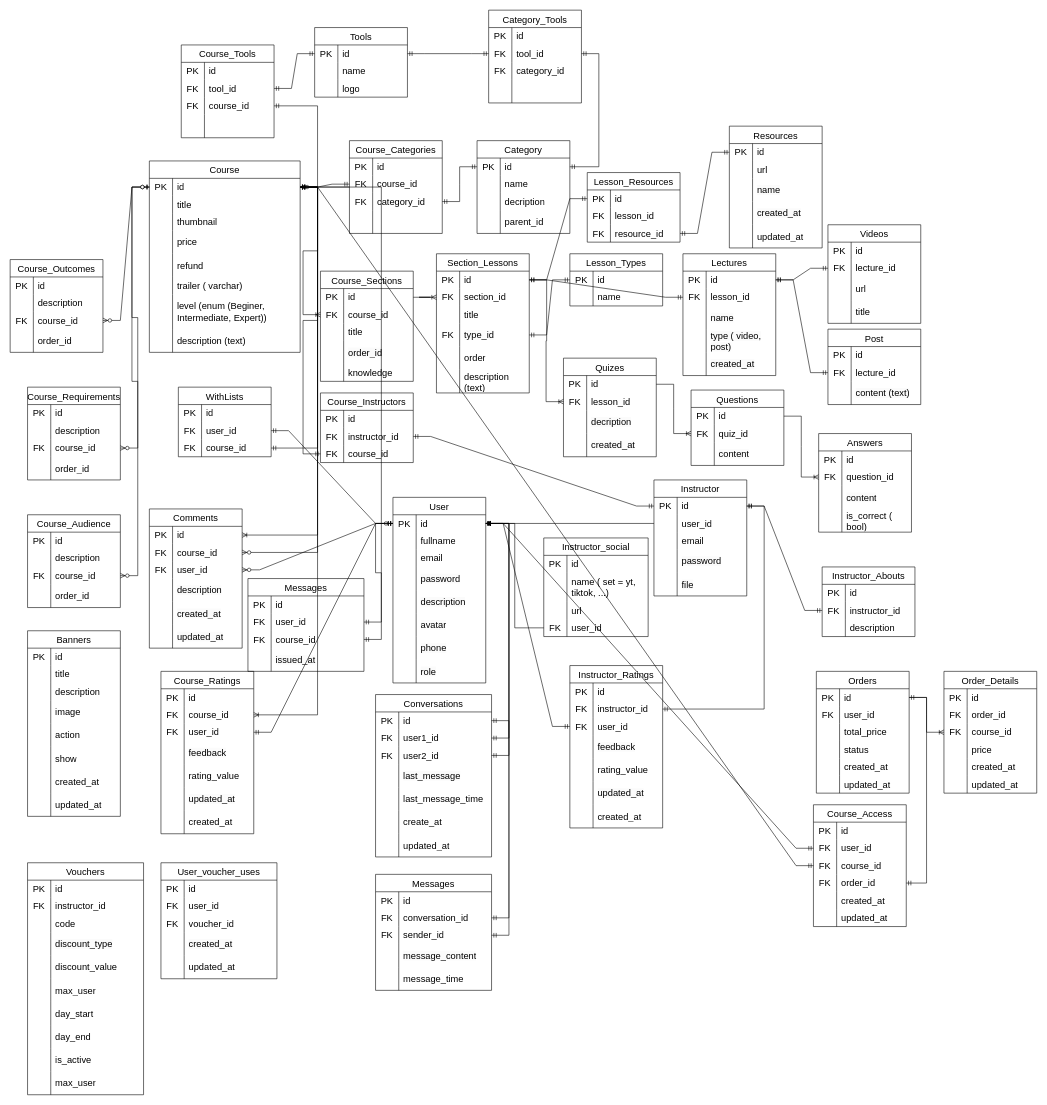
The draw.io diagram techstudent.drawio in phuc1903/techstudent, before the edit. Source tidied: cells renumbered, new cells numbered last; positions are measured from the earlier drawing's top-left corner, leaving out a move shared by most shapes. Both pictures are drawn from the tidied source at 58%, with x=0, y=0 at pixel (10, 10).
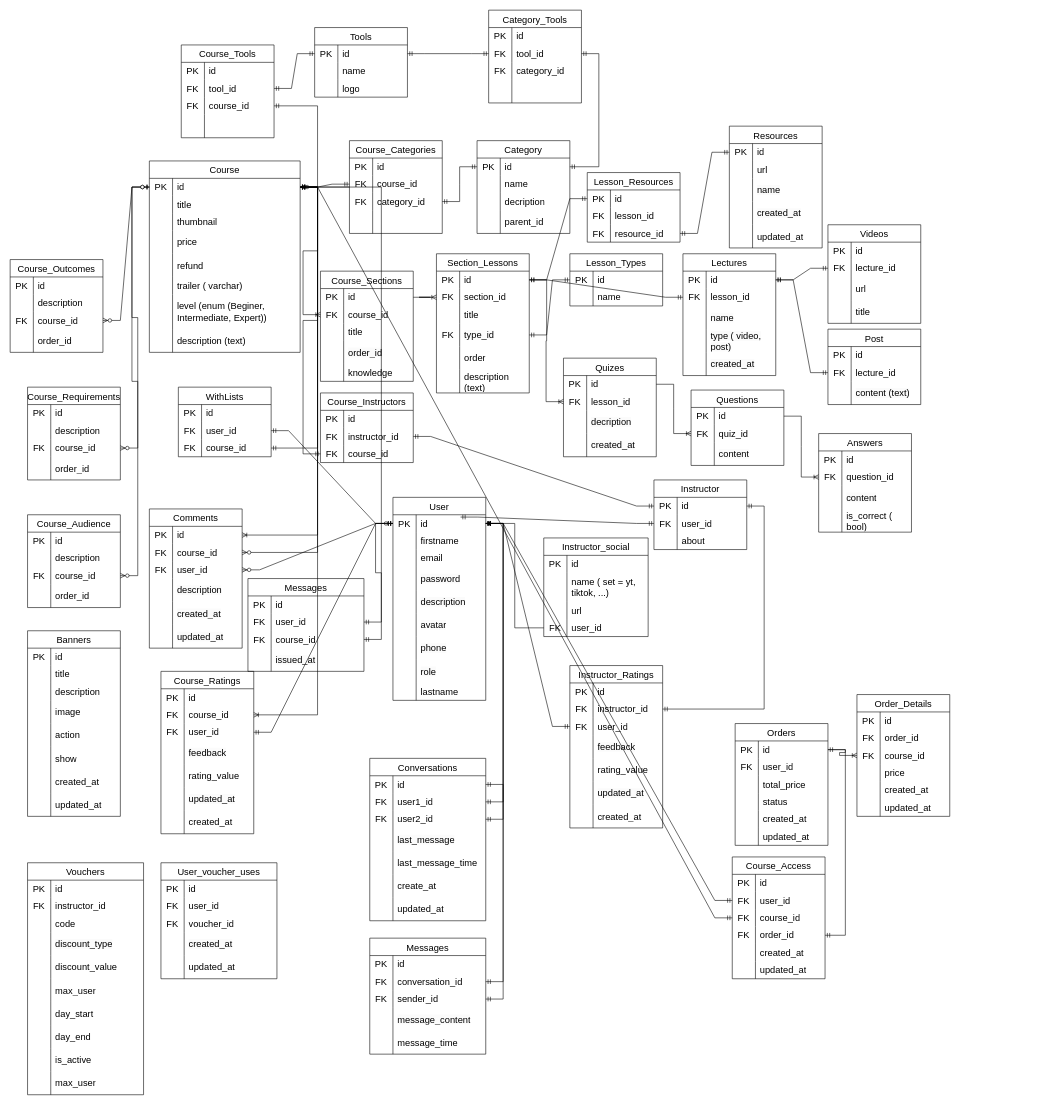
After the change.

Commit message (it also covers changes not shown here):
Cập nhật techstudent.drawio

The change refers to these unchanged cells:
```xml
<mxCell id="130" style="shape=tableRow;horizontal=0;startSize=0;swimlaneHead=0;swimlaneBody=0;top=0;left=0;bottom=0;right=0;fillColor=none;points=[[0,0.5],[1,0.5]];portConstraint=eastwest;strokeColor=inherit;fontSize=16;" parent="129" vertex="1">
  <mxGeometry y="30" width="160" height="30" as="geometry" />
</mxCell>
<mxCell id="133" style="shape=tableRow;horizontal=0;startSize=0;swimlaneHead=0;swimlaneBody=0;top=0;left=0;bottom=0;right=0;fillColor=none;strokeColor=inherit;fontSize=16;" parent="129" vertex="1">
  <mxGeometry y="60" width="160" height="30" as="geometry" />
</mxCell>
<mxCell id="174" style="shape=tableRow;horizontal=0;startSize=0;swimlaneHead=0;swimlaneBody=0;top=0;left=0;bottom=0;right=0;fillColor=none;points=[[0,0.5],[1,0.5]];portConstraint=eastwest;strokeColor=inherit;fontSize=16;" parent="173" vertex="1">
  <mxGeometry y="30" width="160" height="30" as="geometry" />
</mxCell>
<mxCell id="177" style="shape=tableRow;horizontal=0;startSize=0;swimlaneHead=0;swimlaneBody=0;top=0;left=0;bottom=0;right=0;fillColor=none;points=[[0,0.5],[1,0.5]];portConstraint=eastwest;strokeColor=inherit;fontSize=16;" parent="173" vertex="1">
  <mxGeometry y="60" width="160" height="30" as="geometry" />
</mxCell>
```

Diff of the diagram source:
```diff
@@
     <mxCell id="129" value="User" style="shape=table;startSize=30;childLayout=tableLayout;rowLines=0;fontStyle=0;strokeColor=default;fontSize=16;" parent="1" vertex="1">
-      <mxGeometry x="660" y="840" width="160" height="320" as="geometry" />
+      <mxGeometry x="660" y="840" width="160" height="350" as="geometry" />
     </mxCell>
@@
-    <mxCell id="135" value="fullname" style="shape=partialRectangle;html=1;whiteSpace=wrap;fillColor=none;top=0;left=0;bottom=0;right=0;align=left;spacingLeft=6;overflow=hidden;strokeColor=inherit;fontSize=16;" parent="133" vertex="1">
+    <mxCell id="135" value="firstname" style="shape=partialRectangle;html=1;whiteSpace=wrap;fillColor=none;top=0;left=0;bottom=0;right=0;align=left;spacingLeft=6;overflow=hidden;strokeColor=inherit;fontSize=16;" parent="133" vertex="1">
       <mxGeometry x="40" width="120" height="30" as="geometry" />
     </mxCell>
@@
+    <mxCell id="644" style="shape=tableRow;horizontal=0;startSize=0;swimlaneHead=0;swimlaneBody=0;top=0;left=0;bottom=0;right=0;fillColor=none;strokeColor=inherit;fontSize=16;" parent="129" vertex="1">
+      <mxGeometry y="320" width="160" height="30" as="geometry" />
+    </mxCell>
+    <mxCell id="645" style="shape=partialRectangle;html=1;whiteSpace=wrap;fillColor=none;top=0;left=0;bottom=0;right=0;overflow=hidden;strokeColor=inherit;fontSize=16;" parent="644" vertex="1">
+      <mxGeometry width="40" height="30" as="geometry" />
+    </mxCell>
+    <mxCell id="646" value="lastname" style="shape=partialRectangle;html=1;whiteSpace=wrap;fillColor=none;top=0;left=0;bottom=0;right=0;align=left;spacingLeft=6;overflow=hidden;strokeColor=inherit;fontSize=16;" parent="644" vertex="1">
+      <mxGeometry x="40" width="120" height="30" as="geometry" />
+    </mxCell>
@@
     <mxCell id="173" value="Instructor" style="shape=table;startSize=30;childLayout=tableLayout;rowLines=0;fontStyle=0;strokeColor=default;fontSize=16;" parent="1" vertex="1">
-      <mxGeometry x="1110" y="810" width="160" height="200" as="geometry" />
+      <mxGeometry x="1110" y="810" width="160" height="120" as="geometry" />
     </mxCell>
@@
-    <mxCell id="178" style="shape=partialRectangle;html=1;whiteSpace=wrap;fillColor=none;top=0;left=0;bottom=0;right=0;overflow=hidden;strokeColor=inherit;fontSize=16;" parent="177" vertex="1">
+    <mxCell id="178" value="FK" style="shape=partialRectangle;html=1;whiteSpace=wrap;fillColor=none;top=0;left=0;bottom=0;right=0;overflow=hidden;strokeColor=inherit;fontSize=16;" parent="177" vertex="1">
       <mxGeometry width="40" height="30" as="geometry" />
     </mxCell>
@@
-    <mxCell id="180" style="shape=tableRow;horizontal=0;startSize=0;swimlaneHead=0;swimlaneBody=0;top=0;left=0;bottom=0;right=0;fillColor=none;strokeColor=inherit;fontSize=16;" parent="173" vertex="1">
-      <mxGeometry y="90" width="160" height="30" as="geometry" />
-    </mxCell>
-    <mxCell id="181" style="shape=partialRectangle;html=1;whiteSpace=wrap;fillColor=none;top=0;left=0;bottom=0;right=0;overflow=hidden;strokeColor=inherit;fontSize=16;" parent="180" vertex="1">
-      <mxGeometry width="40" height="30" as="geometry" />
-    </mxCell>
-    <mxCell id="182" value="email" style="shape=partialRectangle;html=1;whiteSpace=wrap;fillColor=none;top=0;left=0;bottom=0;right=0;align=left;spacingLeft=6;overflow=hidden;strokeColor=inherit;fontSize=16;" parent="180" vertex="1">
-      <mxGeometry x="40" width="120" height="30" as="geometry" />
-    </mxCell>
-    <mxCell id="183" style="shape=tableRow;horizontal=0;startSize=0;swimlaneHead=0;swimlaneBody=0;top=0;left=0;bottom=0;right=0;fillColor=none;strokeColor=inherit;fontSize=16;" parent="173" vertex="1">
-      <mxGeometry y="120" width="160" height="40" as="geometry" />
-    </mxCell>
-    <mxCell id="184" style="shape=partialRectangle;html=1;whiteSpace=wrap;fillColor=none;top=0;left=0;bottom=0;right=0;overflow=hidden;strokeColor=inherit;fontSize=16;" parent="183" vertex="1">
-      <mxGeometry width="40" height="40" as="geometry" />
-    </mxCell>
-    <mxCell id="185" value="&lt;span style=&quot;color: rgb(0, 0, 0); font-family: Helvetica; font-size: 16px; font-style: normal; font-variant-ligatures: normal; font-variant-caps: normal; font-weight: 400; letter-spacing: normal; orphans: 2; text-align: left; text-indent: 0px; text-transform: none; widows: 2; word-spacing: 0px; -webkit-text-stroke-width: 0px; white-space: normal; background-color: rgb(251, 251, 251); text-decoration-thickness: initial; text-decoration-style: initial; text-decoration-color: initial; display: inline !important; float: none;&quot;&gt;password&lt;/span&gt;" style="shape=partialRectangle;html=1;whiteSpace=wrap;fillColor=none;top=0;left=0;bottom=0;right=0;align=left;spacingLeft=6;overflow=hidden;strokeColor=inherit;fontSize=16;" parent="183" vertex="1">
-      <mxGeometry x="40" width="120" height="40" as="geometry" />
-    </mxCell>
-    <mxCell id="186" style="shape=tableRow;horizontal=0;startSize=0;swimlaneHead=0;swimlaneBody=0;top=0;left=0;bottom=0;right=0;fillColor=none;strokeColor=inherit;fontSize=16;" parent="173" vertex="1">
-      <mxGeometry y="160" width="160" height="40" as="geometry" />
-    </mxCell>
-    <mxCell id="187" style="shape=partialRectangle;html=1;whiteSpace=wrap;fillColor=none;top=0;left=0;bottom=0;right=0;overflow=hidden;strokeColor=inherit;fontSize=16;" parent="186" vertex="1">
-      <mxGeometry width="40" height="40" as="geometry" />
-    </mxCell>
-    <mxCell id="188" value="&lt;span style=&quot;color: rgb(0, 0, 0); font-family: Helvetica; font-size: 16px; font-style: normal; font-variant-ligatures: normal; font-variant-caps: normal; font-weight: 400; letter-spacing: normal; orphans: 2; text-align: left; text-indent: 0px; text-transform: none; widows: 2; word-spacing: 0px; -webkit-text-stroke-width: 0px; white-space: normal; background-color: rgb(251, 251, 251); text-decoration-thickness: initial; text-decoration-style: initial; text-decoration-color: initial; display: inline !important; float: none;&quot;&gt;file&lt;/span&gt;" style="shape=partialRectangle;html=1;whiteSpace=wrap;fillColor=none;top=0;left=0;bottom=0;right=0;align=left;spacingLeft=6;overflow=hidden;strokeColor=inherit;fontSize=16;" parent="186" vertex="1">
-      <mxGeometry x="40" width="120" height="40" as="geometry" />
-    </mxCell>
-    <mxCell id="189" style="edgeStyle=orthogonalEdgeStyle;rounded=0;jettySize=auto;html=1;" parent="1" edge="1" source="177" target="130">
-      <mxGeometry relative="1" as="geometry" />
-    </mxCell>
+    <mxCell id="647" style="shape=tableRow;horizontal=0;startSize=0;swimlaneHead=0;swimlaneBody=0;top=0;left=0;bottom=0;right=0;fillColor=none;strokeColor=inherit;fontSize=16;" parent="173" vertex="1">
+      <mxGeometry y="90" width="160" height="30" as="geometry" />
+    </mxCell>
+    <mxCell id="648" style="shape=partialRectangle;html=1;whiteSpace=wrap;fillColor=none;top=0;left=0;bottom=0;right=0;overflow=hidden;strokeColor=inherit;fontSize=16;" parent="647" vertex="1">
+      <mxGeometry width="40" height="30" as="geometry" />
+    </mxCell>
+    <mxCell id="649" value="about" style="shape=partialRectangle;html=1;whiteSpace=wrap;fillColor=none;top=0;left=0;bottom=0;right=0;align=left;spacingLeft=6;overflow=hidden;strokeColor=inherit;fontSize=16;" parent="647" vertex="1">
+      <mxGeometry x="40" width="120" height="30" as="geometry" />
+    </mxCell>
@@
-    <mxCell id="200" value="Instructor_Abouts" style="shape=table;startSize=30;childLayout=tableLayout;rowLines=0;fontStyle=0;strokeColor=default;fontSize=16;" parent="1" vertex="1">
-      <mxGeometry x="1400" y="960" width="160" height="120" as="geometry" />
-    </mxCell>
-    <mxCell id="201" style="shape=tableRow;horizontal=0;startSize=0;swimlaneHead=0;swimlaneBody=0;top=0;left=0;bottom=0;right=0;fillColor=none;strokeColor=inherit;fontSize=16;" parent="200" vertex="1">
-      <mxGeometry y="30" width="160" height="30" as="geometry" />
-    </mxCell>
-    <mxCell id="202" value="PK" style="shape=partialRectangle;html=1;whiteSpace=wrap;fillColor=none;top=0;left=0;bottom=0;right=0;overflow=hidden;strokeColor=inherit;fontSize=16;" parent="201" vertex="1">
-      <mxGeometry width="40" height="30" as="geometry" />
-    </mxCell>
-    <mxCell id="203" value="id" style="shape=partialRectangle;html=1;whiteSpace=wrap;fillColor=none;top=0;left=0;bottom=0;right=0;align=left;spacingLeft=6;overflow=hidden;strokeColor=inherit;fontSize=16;" parent="201" vertex="1">
-      <mxGeometry x="40" width="120" height="30" as="geometry" />
-    </mxCell>
-    <mxCell id="204" style="shape=tableRow;horizontal=0;startSize=0;swimlaneHead=0;swimlaneBody=0;top=0;left=0;bottom=0;right=0;fillColor=none;points=[[0,0.5],[1,0.5]];portConstraint=eastwest;strokeColor=inherit;fontSize=16;" parent="200" vertex="1">
-      <mxGeometry y="60" width="160" height="30" as="geometry" />
-    </mxCell>
-    <mxCell id="205" value="FK" style="shape=partialRectangle;html=1;whiteSpace=wrap;fillColor=none;top=0;left=0;bottom=0;right=0;overflow=hidden;strokeColor=inherit;fontSize=16;" parent="204" vertex="1">
-      <mxGeometry width="40" height="30" as="geometry" />
-    </mxCell>
-    <mxCell id="206" value="instructor_id" style="shape=partialRectangle;html=1;whiteSpace=wrap;fillColor=none;top=0;left=0;bottom=0;right=0;align=left;spacingLeft=6;overflow=hidden;strokeColor=inherit;fontSize=16;" parent="204" vertex="1">
-      <mxGeometry x="40" width="120" height="30" as="geometry" />
-    </mxCell>
-    <mxCell id="207" style="shape=tableRow;horizontal=0;startSize=0;swimlaneHead=0;swimlaneBody=0;top=0;left=0;bottom=0;right=0;fillColor=none;strokeColor=inherit;fontSize=16;" parent="200" vertex="1">
-      <mxGeometry y="90" width="160" height="30" as="geometry" />
-    </mxCell>
-    <mxCell id="208" style="shape=partialRectangle;html=1;whiteSpace=wrap;fillColor=none;top=0;left=0;bottom=0;right=0;overflow=hidden;strokeColor=inherit;fontSize=16;" parent="207" vertex="1">
-      <mxGeometry width="40" height="30" as="geometry" />
-    </mxCell>
-    <mxCell id="209" value="description" style="shape=partialRectangle;html=1;whiteSpace=wrap;fillColor=none;top=0;left=0;bottom=0;right=0;align=left;spacingLeft=6;overflow=hidden;strokeColor=inherit;fontSize=16;" parent="207" vertex="1">
-      <mxGeometry x="40" width="120" height="30" as="geometry" />
-    </mxCell>
@@
     <mxCell id="267" value="Conversations" style="shape=table;startSize=30;childLayout=tableLayout;rowLines=0;fontStyle=0;strokeColor=default;fontSize=16;" parent="1" vertex="1">
-      <mxGeometry x="630" y="1180" width="200" height="280" as="geometry" />
+      <mxGeometry x="620" y="1290" width="200" height="280" as="geometry" />
     </mxCell>
@@
     <mxCell id="289" value="Messages" style="shape=table;startSize=30;childLayout=tableLayout;rowLines=0;fontStyle=0;strokeColor=default;fontSize=16;" parent="1" vertex="1">
-      <mxGeometry x="630" y="1490" width="200" height="200" as="geometry" />
+      <mxGeometry x="620" y="1600" width="200" height="200" as="geometry" />
     </mxCell>
@@
     <mxCell id="508" value="Orders" style="shape=table;startSize=30;childLayout=tableLayout;rowLines=0;fontStyle=0;strokeColor=default;fontSize=16;" parent="1" vertex="1">
-      <mxGeometry x="1390" y="1140" width="160" height="210" as="geometry" />
+      <mxGeometry x="1250" y="1230" width="160" height="210" as="geometry" />
     </mxCell>
@@
     <mxCell id="527" value="Order_Details" style="shape=table;startSize=30;childLayout=tableLayout;rowLines=0;fontStyle=0;strokeColor=default;fontSize=16;" parent="1" vertex="1">
-      <mxGeometry x="1610" y="1140" width="160" height="210" as="geometry" />
+      <mxGeometry x="1460" y="1180" width="160" height="210" as="geometry" />
     </mxCell>
@@
     <mxCell id="546" value="Course_Access" style="shape=table;startSize=30;childLayout=tableLayout;rowLines=0;fontStyle=0;strokeColor=default;fontSize=16;" parent="1" vertex="1">
-      <mxGeometry x="1385" y="1370" width="160" height="210" as="geometry" />
+      <mxGeometry x="1245" y="1460" width="160" height="210" as="geometry" />
     </mxCell>
@@
-    <mxCell id="573" style="edgeStyle=entityRelationEdgeStyle;fontSize=12;html=1;endArrow=ERmandOne;startArrow=ERmandOne;rounded=0;" parent="1" edge="1" source="174" target="204">
-      <mxGeometry relative="1" as="geometry">
-        <Array as="points">
-          <mxPoint x="1781" y="635" />
-          <mxPoint x="1862" y="565" />
-        </Array>
-      </mxGeometry>
-    </mxCell>
@@
+    <mxCell id="189" style="edgeStyle=entityRelationEdgeStyle;fontSize=12;html=1;endArrow=ERmandOne;startArrow=ERmandOne;rounded=0;entryX=0.728;entryY=0.133;entryDx=0;entryDy=0;entryPerimeter=0;" parent="1" edge="1" source="177" target="130">
+      <mxGeometry relative="1" as="geometry">
+        <Array as="points">
+          <mxPoint x="1791" y="645" />
+          <mxPoint x="1872" y="575" />
+        </Array>
+      </mxGeometry>
+    </mxCell>
```
